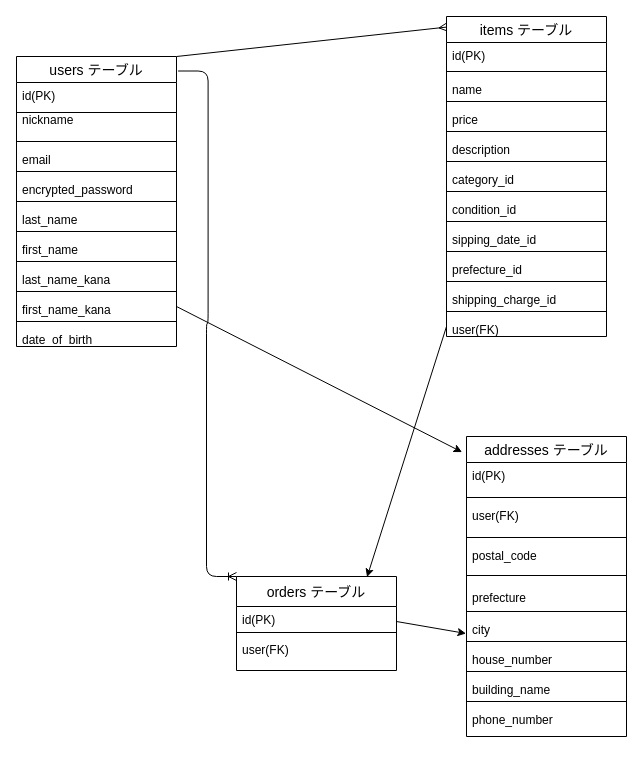
Above: .dio in gisu113/furima-39551 (draw.io), before the change. Source tidied: cells renumbered, new cells numbered last; positions are measured from the earlier drawing's top-left corner, leaving out a move shared by most shapes. Both pictures are drawn from the tidied source at 100%, with x=0, y=0 at pixel (16, 16).
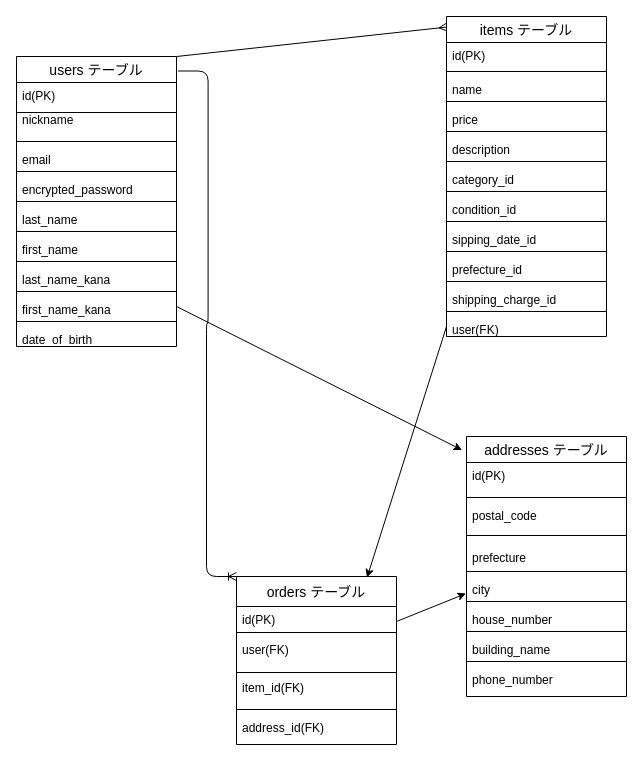
The same diagram, later.

What changed in the source:
```diff
@@
     <mxCell id="41" value="orders テーブル" style="swimlane;fontStyle=0;horizontal=1;startSize=30;align=center;fontSize=14;" parent="1" vertex="1">
-      <mxGeometry x="220" y="560" width="160" height="94" as="geometry" />
+      <mxGeometry x="220" y="560" width="160" height="168" as="geometry" />
     </mxCell>
@@
+    <mxCell id="65" style="line;strokeWidth=1;dashed=0;labelPosition=right;align=left;verticalAlign=middle;spacingTop=0;spacingLeft=6;" parent="41" vertex="1">
+      <mxGeometry y="94" width="160" height="4" as="geometry" />
+    </mxCell>
+    <mxCell id="66" value="item_id(FK)" style="text;strokeColor=none;fillColor=none;spacingLeft=4;spacingRight=4;overflow=hidden;fontSize=12;" parent="41" vertex="1">
+      <mxGeometry y="98" width="160" height="30" as="geometry" />
+    </mxCell>
+    <mxCell id="67" style="line;strokeWidth=1;dashed=0;labelPosition=right;align=left;verticalAlign=middle;spacingTop=0;spacingLeft=6;" parent="41" vertex="1">
+      <mxGeometry y="128" width="160" height="10" as="geometry" />
+    </mxCell>
+    <mxCell id="68" value="address_id(FK)" style="text;strokeColor=none;fillColor=none;spacingLeft=4;spacingRight=4;overflow=hidden;fontSize=12;" parent="41" vertex="1">
+      <mxGeometry y="138" width="160" height="30" as="geometry" />
+    </mxCell>
     <mxCell id="45" value="addresses テーブル" style="swimlane;fontStyle=0;horizontal=1;startSize=26;align=center;fontSize=14;" parent="1" vertex="1">
-      <mxGeometry x="450" y="420" width="160" height="300" as="geometry" />
+      <mxGeometry x="450" y="420" width="160" height="260" as="geometry" />
     </mxCell>
@@
-    <mxCell id="47" style="line;strokeWidth=1;dashed=0;labelPosition=right;align=left;verticalAlign=middle;spacingTop=0;spacingLeft=6;" parent="45" vertex="1">
-      <mxGeometry y="56" width="160" height="10" as="geometry" />
-    </mxCell>
-    <mxCell id="48" value="user(FK)" style="text;strokeColor=none;fillColor=none;spacingLeft=4;spacingRight=4;overflow=hidden;fontSize=12;" parent="45" vertex="1">
-      <mxGeometry y="66" width="160" height="30" as="geometry" />
-    </mxCell>
     <mxCell id="49" style="line;strokeWidth=1;dashed=0;labelPosition=right;align=left;verticalAlign=middle;spacingTop=0;spacingLeft=6;" parent="45" vertex="1">
-      <mxGeometry y="96" width="160" height="10" as="geometry" />
+      <mxGeometry y="56" width="160" height="10" as="geometry" />
     </mxCell>
     <mxCell id="50" value="postal_code" style="text;strokeColor=none;fillColor=none;spacingLeft=4;spacingRight=4;overflow=hidden;fontSize=12;" parent="45" vertex="1">
-      <mxGeometry y="106" width="160" height="24" as="geometry" />
+      <mxGeometry y="66" width="160" height="24" as="geometry" />
     </mxCell>
     <mxCell id="51" style="line;strokeWidth=1;dashed=0;labelPosition=right;align=left;verticalAlign=middle;spacingTop=0;spacingLeft=6;" parent="45" vertex="1">
-      <mxGeometry y="130" width="160" height="18" as="geometry" />
+      <mxGeometry y="90" width="160" height="18" as="geometry" />
     </mxCell>
     <mxCell id="52" value="prefecture" style="text;strokeColor=none;fillColor=none;spacingLeft=4;spacingRight=4;overflow=hidden;fontSize=12;" parent="45" vertex="1">
-      <mxGeometry y="148" width="160" height="22" as="geometry" />
+      <mxGeometry y="108" width="160" height="22" as="geometry" />
     </mxCell>
     <mxCell id="53" style="line;strokeWidth=1;dashed=0;labelPosition=right;align=left;verticalAlign=middle;spacingTop=0;spacingLeft=6;" parent="45" vertex="1">
-      <mxGeometry y="170" width="160" height="10" as="geometry" />
+      <mxGeometry y="130" width="160" height="10" as="geometry" />
     </mxCell>
     <mxCell id="54" value="city" style="text;strokeColor=none;fillColor=none;spacingLeft=4;spacingRight=4;overflow=hidden;points=[[0,0.5],[1,0.5]];portConstraint=eastwest;fontSize=12;" parent="45" vertex="1">
-      <mxGeometry y="180" width="160" height="20" as="geometry" />
+      <mxGeometry y="140" width="160" height="20" as="geometry" />
     </mxCell>
     <mxCell id="55" style="line;strokeWidth=1;dashed=0;labelPosition=right;align=left;verticalAlign=middle;spacingTop=0;spacingLeft=6;" parent="45" vertex="1">
-      <mxGeometry y="200" width="160" height="10" as="geometry" />
+      <mxGeometry y="160" width="160" height="10" as="geometry" />
     </mxCell>
     <mxCell id="56" value="house_number" style="text;strokeColor=none;fillColor=none;spacingLeft=4;spacingRight=4;overflow=hidden;fontSize=12;" parent="45" vertex="1">
-      <mxGeometry y="210" width="160" height="20" as="geometry" />
+      <mxGeometry y="170" width="160" height="20" as="geometry" />
     </mxCell>
     <mxCell id="57" style="line;strokeWidth=1;dashed=0;labelPosition=right;align=left;verticalAlign=middle;spacingTop=0;spacingLeft=6;" parent="45" vertex="1">
-      <mxGeometry y="230" width="160" height="10" as="geometry" />
+      <mxGeometry y="190" width="160" height="10" as="geometry" />
     </mxCell>
     <mxCell id="58" value="building_name" style="text;strokeColor=none;fillColor=none;spacingLeft=4;spacingRight=4;overflow=hidden;fontSize=12;" parent="45" vertex="1">
-      <mxGeometry y="240" width="160" height="20" as="geometry" />
+      <mxGeometry y="200" width="160" height="20" as="geometry" />
     </mxCell>
     <mxCell id="59" style="line;strokeWidth=1;dashed=0;labelPosition=right;align=left;verticalAlign=middle;spacingTop=0;spacingLeft=6;" parent="45" vertex="1">
-      <mxGeometry y="260" width="160" height="10" as="geometry" />
+      <mxGeometry y="220" width="160" height="10" as="geometry" />
     </mxCell>
     <mxCell id="60" value="phone_number" style="text;strokeColor=none;fillColor=none;spacingLeft=4;spacingRight=4;overflow=hidden;fontSize=12;" parent="45" vertex="1">
-      <mxGeometry y="270" width="160" height="30" as="geometry" />
+      <mxGeometry y="230" width="160" height="30" as="geometry" />
     </mxCell>
```
